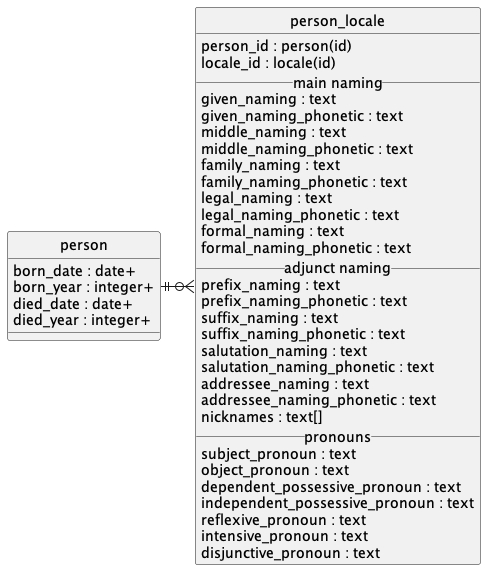
contactopensource/contactopensource keeps this PlantUML diagram as doc/concepts/person/uml.png. Above is the earlier version.
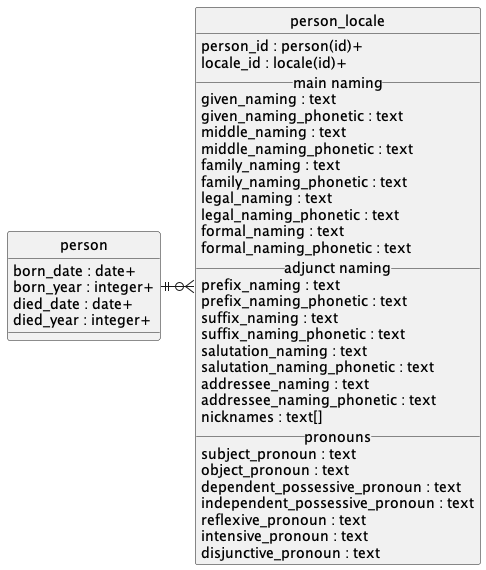
Later version of the same file.

Diff of the diagram source:
```diff
@@ -11,8 +11,8 @@
 }
 
 entity person_locale {
-    person_id : person(id)
-    locale_id : locale(id)
+    person_id : person(id)+
+    locale_id : locale(id)+
     __ main naming __
     given_naming : text
     given_naming_phonetic : text
```
